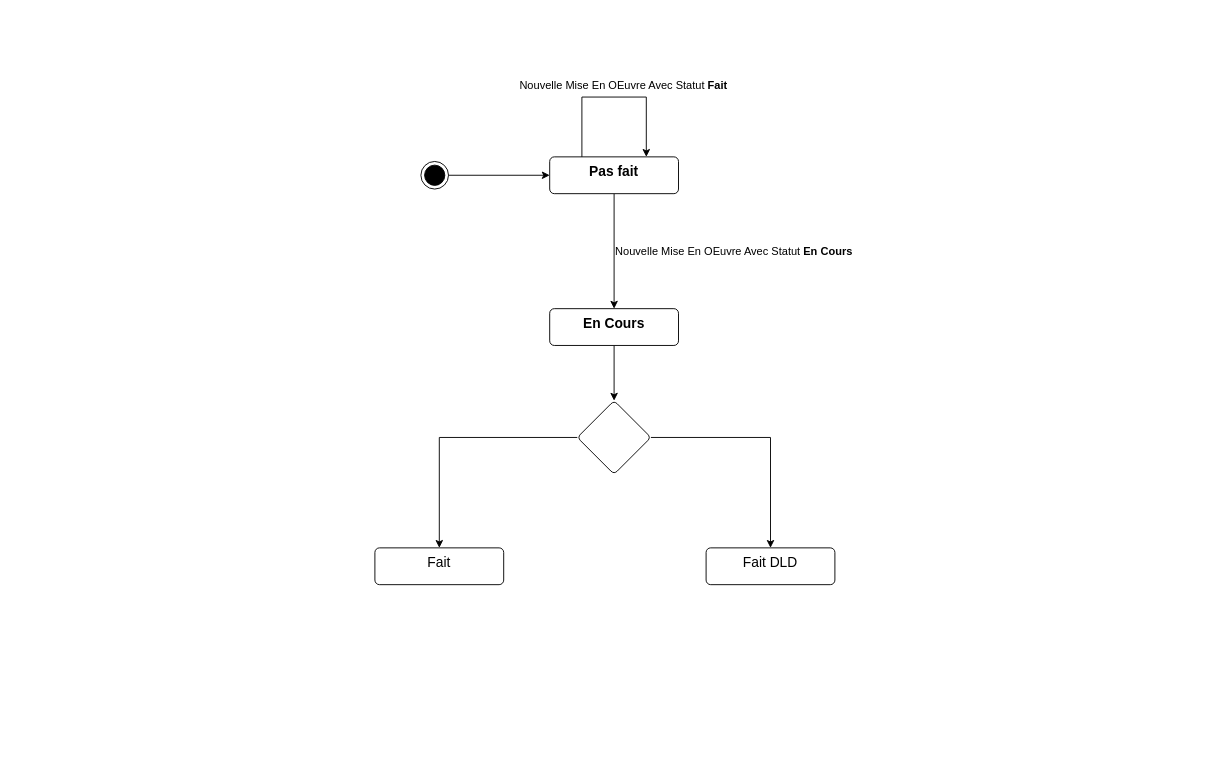
CabrelFeukeng/pp keeps this draw.io diagram as etat_transit_instruction.drawio. Above is the earlier version. Source tidied: cells renumbered, new cells numbered last; positions are measured from the earlier drawing's top-left corner, leaving out a move shared by most shapes. Both pictures are drawn from the tidied source at 92%, with x=0, y=0 at pixel (374, 74).
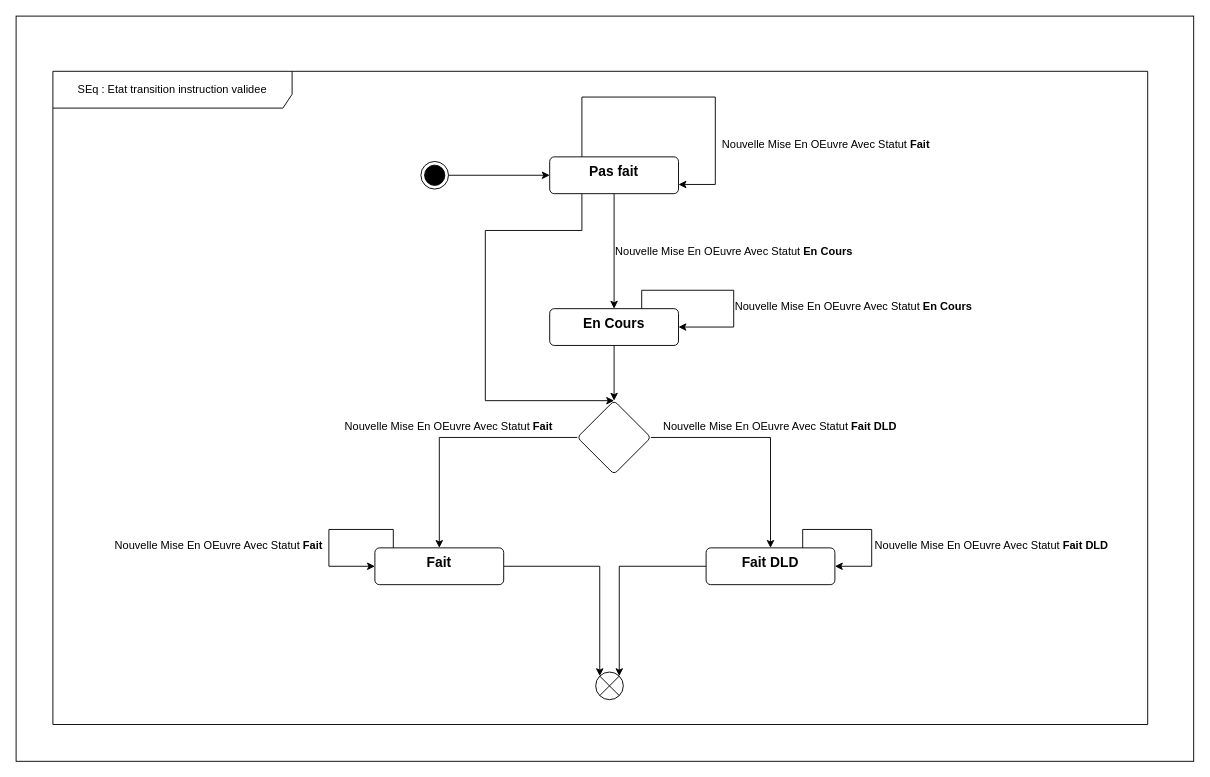
The same diagram, later.

Commit message (it also covers changes not shown here):
Mettre à jour etat_transit_instruction.drawio

The change refers to these unchanged cells:
```xml
<mxCell id="3" value="&lt;b&gt;&lt;font style=&quot;font-size: 15px;&quot;&gt;Pas fait&lt;/font&gt;&lt;/b&gt;" style="html=1;align=center;verticalAlign=top;rounded=1;absoluteArcSize=1;arcSize=10;dashed=0;whiteSpace=wrap;" parent="1" vertex="1">
  <mxGeometry x="190" y="90" width="140" height="40" as="geometry" />
</mxCell>
<mxCell id="5" value="&lt;b&gt;&lt;font style=&quot;font-size: 15px;&quot;&gt;En Cours&lt;/font&gt;&lt;/b&gt;" style="html=1;align=center;verticalAlign=top;rounded=1;absoluteArcSize=1;arcSize=10;dashed=0;whiteSpace=wrap;" parent="1" vertex="1">
  <mxGeometry x="190" y="255" width="140" height="40" as="geometry" />
</mxCell>
```

The edit, as a diff of the source:
```diff
@@
+    <mxCell id="16" style="rounded=0;whiteSpace=wrap;html=1;" parent="1" vertex="1">
+      <mxGeometry x="-390" y="-63" width="1280" height="810" as="geometry" />
+    </mxCell>
@@
+    <mxCell id="17" style="edgeStyle=orthogonalEdgeStyle;rounded=0;jettySize=auto;html=1;exitX=0.25;exitY=1;exitDx=0;exitDy=0;entryX=0.5;entryY=0;entryDx=0;entryDy=0;" parent="1" edge="1" source="3" target="25">
+      <mxGeometry relative="1" as="geometry">
+        <Array as="points">
+          <mxPoint x="225" y="170" />
+          <mxPoint x="120" y="170" />
+          <mxPoint x="120" y="355" />
+        </Array>
+      </mxGeometry>
+    </mxCell>
@@
-    <mxCell id="4" style="edgeStyle=orthogonalEdgeStyle;rounded=0;jettySize=auto;html=1;" parent="1" edge="1" source="5" target="12">
-      <mxGeometry relative="1" as="geometry" />
-    </mxCell>
+    <mxCell id="18" style="edgeStyle=orthogonalEdgeStyle;rounded=0;jettySize=auto;html=1;" parent="1" edge="1" source="5" target="25">
+      <mxGeometry relative="1" as="geometry" />
+    </mxCell>
@@
+    <mxCell id="19" style="edgeStyle=orthogonalEdgeStyle;rounded=0;jettySize=auto;html=1;entryX=0;entryY=0;entryDx=0;entryDy=0;" parent="1" edge="1" source="6" target="36">
+      <mxGeometry relative="1" as="geometry" />
+    </mxCell>
-    <mxCell id="6" value="&lt;font style=&quot;font-size: 15px;&quot;&gt;Fait&lt;/font&gt;" style="html=1;align=center;verticalAlign=top;rounded=1;absoluteArcSize=1;arcSize=10;dashed=0;whiteSpace=wrap;" parent="1" vertex="1">
+    <mxCell id="6" value="&lt;font style=&quot;font-size: 15px;&quot;&gt;&lt;b&gt;Fait&lt;/b&gt;&lt;/font&gt;" style="html=1;align=center;verticalAlign=top;rounded=1;absoluteArcSize=1;arcSize=10;dashed=0;whiteSpace=wrap;" parent="1" vertex="1">
       <mxGeometry y="515" width="140" height="40" as="geometry" />
     </mxCell>
+    <mxCell id="20" style="edgeStyle=orthogonalEdgeStyle;rounded=0;jettySize=auto;html=1;entryX=1;entryY=0;entryDx=0;entryDy=0;" parent="1" edge="1" source="7" target="36">
+      <mxGeometry relative="1" as="geometry" />
+    </mxCell>
-    <mxCell id="7" value="&lt;font style=&quot;font-size: 15px;&quot;&gt;Fait DLD&lt;/font&gt;" style="html=1;align=center;verticalAlign=top;rounded=1;absoluteArcSize=1;arcSize=10;dashed=0;whiteSpace=wrap;" parent="1" vertex="1">
+    <mxCell id="7" value="&lt;font style=&quot;font-size: 15px;&quot;&gt;&lt;b&gt;Fait DLD&lt;/b&gt;&lt;/font&gt;" style="html=1;align=center;verticalAlign=top;rounded=1;absoluteArcSize=1;arcSize=10;dashed=0;whiteSpace=wrap;" parent="1" vertex="1">
       <mxGeometry x="360" y="515" width="140" height="40" as="geometry" />
     </mxCell>
-    <mxCell id="8" style="edgeStyle=orthogonalEdgeStyle;rounded=0;jettySize=auto;html=1;entryX=0;entryY=0.5;entryDx=0;entryDy=0;" parent="1" edge="1" source="9" target="3">
-      <mxGeometry relative="1" as="geometry" />
-    </mxCell>
-    <mxCell id="9" style="ellipse;html=1;shape=endState;fillColor=strokeColor;" parent="1" vertex="1">
-      <mxGeometry x="50" y="95" width="30" height="30" as="geometry" />
-    </mxCell>
-    <mxCell id="10" style="edgeStyle=orthogonalEdgeStyle;rounded=0;jettySize=auto;html=1;entryX=0.5;entryY=0;entryDx=0;entryDy=0;" parent="1" edge="1" source="12" target="6">
-      <mxGeometry relative="1" as="geometry" />
-    </mxCell>
-    <mxCell id="11" style="edgeStyle=orthogonalEdgeStyle;rounded=0;jettySize=auto;html=1;" parent="1" edge="1" source="12" target="7">
-      <mxGeometry relative="1" as="geometry" />
-    </mxCell>
-    <mxCell id="12" style="rhombus;whiteSpace=wrap;html=1;verticalAlign=top;rounded=1;arcSize=10;dashed=0;" parent="1" vertex="1">
-      <mxGeometry x="220" y="355" width="80" height="80" as="geometry" />
-    </mxCell>
+    <mxCell id="21" style="edgeStyle=orthogonalEdgeStyle;rounded=0;jettySize=auto;html=1;entryX=0;entryY=0.5;entryDx=0;entryDy=0;" parent="1" edge="1" source="22" target="3">
+      <mxGeometry relative="1" as="geometry" />
+    </mxCell>
+    <mxCell id="22" style="ellipse;html=1;shape=endState;fillColor=strokeColor;" parent="1" vertex="1">
+      <mxGeometry x="50" y="95" width="30" height="30" as="geometry" />
+    </mxCell>
+    <mxCell id="23" style="edgeStyle=orthogonalEdgeStyle;rounded=0;jettySize=auto;html=1;entryX=0.5;entryY=0;entryDx=0;entryDy=0;" parent="1" edge="1" source="25" target="6">
+      <mxGeometry relative="1" as="geometry" />
+    </mxCell>
+    <mxCell id="24" style="edgeStyle=orthogonalEdgeStyle;rounded=0;jettySize=auto;html=1;" parent="1" edge="1" source="25" target="7">
+      <mxGeometry relative="1" as="geometry" />
+    </mxCell>
+    <mxCell id="25" style="rhombus;whiteSpace=wrap;html=1;verticalAlign=top;rounded=1;arcSize=10;dashed=0;" parent="1" vertex="1">
+      <mxGeometry x="220" y="355" width="80" height="80" as="geometry" />
+    </mxCell>
-    <mxCell id="13" style="edgeStyle=orthogonalEdgeStyle;rounded=0;orthogonalLoop=1;jettySize=auto;html=1;exitX=0.25;exitY=0;exitDx=0;exitDy=0;entryX=0.75;entryY=0;entryDx=0;entryDy=0;" parent="1" edge="1" source="3" target="3">
+    <mxCell id="13" style="edgeStyle=orthogonalEdgeStyle;rounded=0;orthogonalLoop=1;jettySize=auto;html=1;exitX=0.25;exitY=0;exitDx=0;exitDy=0;entryX=1;entryY=0.75;entryDx=0;entryDy=0;" parent="1" edge="1" source="3" target="3">
       <mxGeometry relative="1" as="geometry">
         <Array as="points">
           <mxPoint x="225" y="25" />
-          <mxPoint x="295" y="25" />
+          <mxPoint x="370" y="25" />
+          <mxPoint x="370" y="120" />
         </Array>
       </mxGeometry>
     </mxCell>
-    <mxCell id="14" value="&lt;span style=&quot;font-weight: normal;&quot;&gt;Nouvelle Mise En OEuvre Avec Statut &lt;/span&gt;Fait" style="text;align=center;fontStyle=1;verticalAlign=middle;spacingLeft=3;spacingRight=3;strokeColor=none;html=1;" parent="1" vertex="1">
-      <mxGeometry x="140" width="260" height="26" as="geometry" />
-    </mxCell>
-    <mxCell id="15" value="&lt;span style=&quot;font-weight: normal;&quot;&gt;Nouvelle Mise En OEuvre Avec Statut &lt;/span&gt;En Cours" style="text;align=center;fontStyle=1;verticalAlign=middle;spacingLeft=3;spacingRight=3;strokeColor=none;html=1;" parent="1" vertex="1">
-      <mxGeometry x="260" y="180" width="260" height="26" as="geometry" />
-    </mxCell>
+    <mxCell id="26" value="&lt;span style=&quot;font-weight: normal;&quot;&gt;Nouvelle Mise En OEuvre Avec Statut &lt;/span&gt;Fait" style="text;align=center;fontStyle=1;verticalAlign=middle;spacingLeft=3;spacingRight=3;strokeColor=none;html=1;" parent="1" vertex="1">
+      <mxGeometry x="360" y="64" width="260" height="26" as="geometry" />
+    </mxCell>
+    <mxCell id="27" value="&lt;span style=&quot;font-weight: normal;&quot;&gt;Nouvelle Mise En OEuvre Avec Statut &lt;/span&gt;En Cours" style="text;align=center;fontStyle=1;verticalAlign=middle;spacingLeft=3;spacingRight=3;strokeColor=none;html=1;" parent="1" vertex="1">
+      <mxGeometry x="260" y="180" width="260" height="26" as="geometry" />
+    </mxCell>
+    <mxCell id="28" value="&lt;span style=&quot;font-weight: normal;&quot;&gt;Nouvelle Mise En OEuvre Avec Statut &lt;/span&gt;Fait DLD" style="text;align=center;fontStyle=1;verticalAlign=middle;spacingLeft=3;spacingRight=3;strokeColor=none;html=1;" parent="1" vertex="1">
+      <mxGeometry x="310" y="370" width="260" height="26" as="geometry" />
+    </mxCell>
+    <mxCell id="29" value="&lt;span style=&quot;font-weight: normal;&quot;&gt;Nouvelle Mise En OEuvre Avec Statut &lt;/span&gt;Fait" style="text;align=center;fontStyle=1;verticalAlign=middle;spacingLeft=3;spacingRight=3;strokeColor=none;html=1;" parent="1" vertex="1">
+      <mxGeometry x="-50" y="370" width="260" height="26" as="geometry" />
+    </mxCell>
+    <mxCell id="30" style="edgeStyle=orthogonalEdgeStyle;rounded=0;orthogonalLoop=1;jettySize=auto;html=1;entryX=1;entryY=0.5;entryDx=0;entryDy=0;" parent="1" edge="1" source="5" target="5">
+      <mxGeometry relative="1" as="geometry">
+        <Array as="points">
+          <mxPoint x="290" y="235" />
+          <mxPoint x="390" y="235" />
+          <mxPoint x="390" y="275" />
+        </Array>
+      </mxGeometry>
+    </mxCell>
+    <mxCell id="31" value="&lt;span style=&quot;font-weight: normal;&quot;&gt;Nouvelle Mise En OEuvre Avec Statut &lt;/span&gt;En Cours" style="text;align=center;fontStyle=1;verticalAlign=middle;spacingLeft=3;spacingRight=3;strokeColor=none;html=1;" parent="1" vertex="1">
+      <mxGeometry x="390" y="240" width="260" height="26" as="geometry" />
+    </mxCell>
+    <mxCell id="32" style="edgeStyle=orthogonalEdgeStyle;rounded=0;orthogonalLoop=1;jettySize=auto;html=1;entryX=0;entryY=0.5;entryDx=0;entryDy=0;" parent="1" edge="1" source="6" target="6">
+      <mxGeometry relative="1" as="geometry">
+        <Array as="points">
+          <mxPoint x="20" y="495" />
+          <mxPoint x="-50" y="495" />
+          <mxPoint x="-50" y="535" />
+        </Array>
+      </mxGeometry>
+    </mxCell>
+    <mxCell id="33" style="edgeStyle=orthogonalEdgeStyle;rounded=0;orthogonalLoop=1;jettySize=auto;html=1;exitX=0.75;exitY=0;exitDx=0;exitDy=0;entryX=1;entryY=0.5;entryDx=0;entryDy=0;" parent="1" edge="1" source="7" target="7">
+      <mxGeometry relative="1" as="geometry">
+        <Array as="points">
+          <mxPoint x="465" y="495" />
+          <mxPoint x="540" y="495" />
+          <mxPoint x="540" y="535" />
+        </Array>
+      </mxGeometry>
+    </mxCell>
+    <mxCell id="34" value="&lt;span style=&quot;font-weight: normal;&quot;&gt;Nouvelle Mise En OEuvre Avec Statut &lt;/span&gt;Fait" style="text;align=center;fontStyle=1;verticalAlign=middle;spacingLeft=3;spacingRight=3;strokeColor=none;html=1;" parent="1" vertex="1">
+      <mxGeometry x="-300" y="500" width="260" height="26" as="geometry" />
+    </mxCell>
+    <mxCell id="35" value="&lt;span style=&quot;font-weight: normal;&quot;&gt;Nouvelle Mise En OEuvre Avec Statut &lt;/span&gt;Fait DLD" style="text;align=center;fontStyle=1;verticalAlign=middle;spacingLeft=3;spacingRight=3;strokeColor=none;html=1;" parent="1" vertex="1">
+      <mxGeometry x="540" y="500" width="260" height="26" as="geometry" />
+    </mxCell>
+    <mxCell id="36" style="shape=sumEllipse;perimeter=ellipsePerimeter;html=1;backgroundOutline=1;" parent="1" vertex="1">
+      <mxGeometry x="240" y="650" width="30" height="30" as="geometry" />
+    </mxCell>
+    <mxCell id="37" value="SEq : Etat transition instruction validee" style="shape=umlFrame;whiteSpace=wrap;html=1;width=260;height=40;" parent="1" vertex="1">
+      <mxGeometry x="-350" y="-3" width="1190" height="710" as="geometry" />
+    </mxCell>
```
